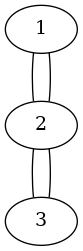
luissfernando/TareasC- keeps this Graphviz diagram as grafo.png. Above is the earlier version. Its source is kept beside it as grafo.dot. The source it was exported from:
```dot
 graph A{
1--2
2--1
2--3
3--2
}
```
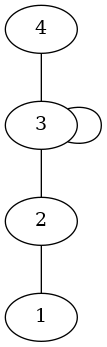
After the commit.

Commit message:
grafo dot y png

What changed in the source:
```diff
@@ -1,6 +1,6 @@
  graph A{
-1--2
 2--1
-2--3
 3--2
+3--3
+4--3
 }
```
